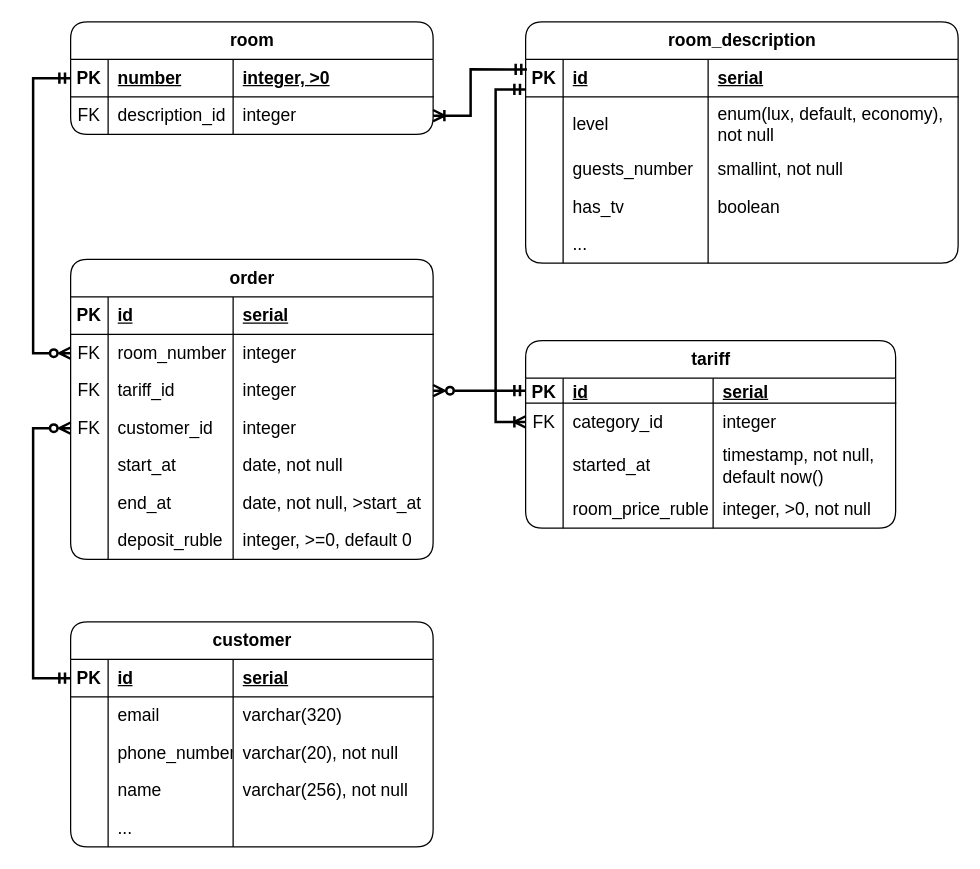
Earlier version of the draw.io diagram img/erd.drawio (dmitrygulevich2000/mipt-db). Source tidied: cells renumbered, new cells numbered last; positions are measured from the earlier drawing's top-left corner, leaving out a move shared by most shapes. Both pictures are drawn from the tidied source at 125%, with x=0, y=0 at pixel (32, 21).
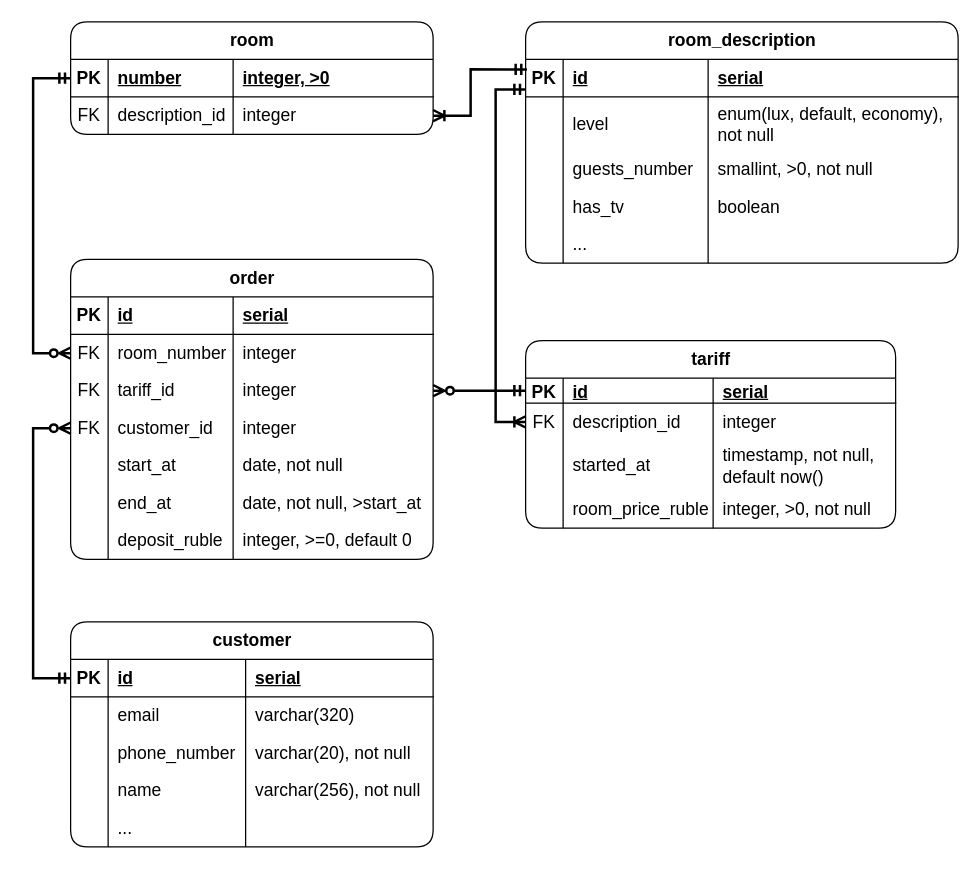
After the change.

Unchanged cells that the change refers to:
```xml
<mxCell id="20" style="shape=tableRow;horizontal=0;startSize=0;swimlaneHead=0;swimlaneBody=0;fillColor=none;top=0;left=0;right=0;bottom=0;fontSize=14;" parent="11" vertex="1">
  <mxGeometry y="103" width="346" height="30" as="geometry" />
</mxCell>
<mxCell id="66" style="shape=tableRow;horizontal=0;startSize=0;swimlaneHead=0;swimlaneBody=0;fillColor=none;points=[[0,0.5],[1,0.5]];portConstraint=eastwest;top=0;left=0;right=0;bottom=0;fontSize=14;" parent="61" vertex="1">
  <mxGeometry y="50" width="296" height="30" as="geometry" />
</mxCell>
<mxCell id="79" style="shape=tableRow;horizontal=0;startSize=0;swimlaneHead=0;swimlaneBody=0;fillColor=none;points=[[0,0.5],[1,0.5]];portConstraint=eastwest;top=0;left=0;right=0;bottom=1;fontSize=14;" parent="78" vertex="1">
  <mxGeometry y="30" width="290" height="30" as="geometry" />
</mxCell>
<mxCell id="83" style="shape=tableRow;horizontal=0;startSize=0;swimlaneHead=0;swimlaneBody=0;fillColor=none;top=0;left=0;right=0;bottom=0;fontSize=14;" parent="78" vertex="1">
  <mxGeometry y="60" width="290" height="30" as="geometry" />
</mxCell>
<mxCell id="87" style="shape=tableRow;horizontal=0;startSize=0;swimlaneHead=0;swimlaneBody=0;fillColor=none;top=0;left=0;right=0;bottom=0;fontSize=14;" parent="78" vertex="1">
  <mxGeometry y="90" width="290" height="30" as="geometry" />
</mxCell>
<mxCell id="91" style="shape=tableRow;horizontal=0;startSize=0;swimlaneHead=0;swimlaneBody=0;fillColor=none;top=0;left=0;right=0;bottom=0;fontSize=14;" parent="78" vertex="1">
  <mxGeometry y="120" width="290" height="30" as="geometry" />
</mxCell>
<mxCell id="95" style="shape=tableRow;horizontal=0;startSize=0;swimlaneHead=0;swimlaneBody=0;fillColor=none;top=0;left=0;right=0;bottom=0;fontSize=14;" parent="78" vertex="1">
  <mxGeometry y="150" width="290" height="30" as="geometry" />
</mxCell>
```

The edit, as a diff of the source:
```diff
@@
-    <mxCell id="23" value="smallint, not null" style="shape=partialRectangle;fillColor=none;top=0;left=0;bottom=0;right=0;align=left;spacingLeft=6;overflow=hidden;whiteSpace=wrap;html=1;fontSize=14;" parent="20" vertex="1">
+    <mxCell id="23" value="smallint, &amp;gt;0, not null" style="shape=partialRectangle;fillColor=none;top=0;left=0;bottom=0;right=0;align=left;spacingLeft=6;overflow=hidden;whiteSpace=wrap;html=1;fontSize=14;" parent="20" vertex="1">
       <mxGeometry x="146" width="200" height="30" as="geometry" />
     </mxCell>
@@
-    <mxCell id="68" value="category_id" style="shape=partialRectangle;fillColor=none;top=0;left=0;bottom=0;right=0;align=left;spacingLeft=6;overflow=hidden;whiteSpace=wrap;html=1;fontSize=14;" parent="66" vertex="1">
+    <mxCell id="68" value="description_id" style="shape=partialRectangle;fillColor=none;top=0;left=0;bottom=0;right=0;align=left;spacingLeft=6;overflow=hidden;whiteSpace=wrap;html=1;fontSize=14;" parent="66" vertex="1">
       <mxGeometry x="30" width="120" height="30" as="geometry" />
     </mxCell>
@@
     <mxCell id="81" value="id" style="shape=partialRectangle;fillColor=none;top=0;left=0;bottom=0;right=0;align=left;spacingLeft=6;fontStyle=5;overflow=hidden;whiteSpace=wrap;html=1;fontSize=14;" parent="79" vertex="1">
-      <mxGeometry x="30" width="100" height="30" as="geometry" />
+      <mxGeometry x="30" width="110" height="30" as="geometry" />
     </mxCell>
     <mxCell id="82" value="serial" style="shape=partialRectangle;fillColor=none;top=0;left=0;bottom=0;right=0;align=left;spacingLeft=6;fontStyle=5;overflow=hidden;whiteSpace=wrap;html=1;fontSize=14;" parent="79" vertex="1">
-      <mxGeometry x="130" width="160" height="30" as="geometry" />
+      <mxGeometry x="140" width="150" height="30" as="geometry" />
     </mxCell>
@@
     <mxCell id="85" value="email" style="shape=partialRectangle;fillColor=none;top=0;left=0;bottom=0;right=0;align=left;spacingLeft=6;overflow=hidden;whiteSpace=wrap;html=1;fontSize=14;" parent="83" vertex="1">
-      <mxGeometry x="30" width="100" height="30" as="geometry" />
+      <mxGeometry x="30" width="110" height="30" as="geometry" />
     </mxCell>
     <mxCell id="86" value="varchar(320)" style="shape=partialRectangle;fillColor=none;top=0;left=0;bottom=0;right=0;align=left;spacingLeft=6;overflow=hidden;whiteSpace=wrap;html=1;fontSize=14;" parent="83" vertex="1">
-      <mxGeometry x="130" width="160" height="30" as="geometry" />
+      <mxGeometry x="140" width="150" height="30" as="geometry" />
     </mxCell>
@@
     <mxCell id="89" value="phone_number" style="shape=partialRectangle;fillColor=none;top=0;left=0;bottom=0;right=0;align=left;spacingLeft=6;overflow=hidden;whiteSpace=wrap;html=1;fontSize=14;" parent="87" vertex="1">
-      <mxGeometry x="30" width="100" height="30" as="geometry" />
+      <mxGeometry x="30" width="110" height="30" as="geometry" />
     </mxCell>
     <mxCell id="90" value="varchar(20), not null" style="shape=partialRectangle;fillColor=none;top=0;left=0;bottom=0;right=0;align=left;spacingLeft=6;overflow=hidden;whiteSpace=wrap;html=1;fontSize=14;" parent="87" vertex="1">
-      <mxGeometry x="130" width="160" height="30" as="geometry" />
+      <mxGeometry x="140" width="150" height="30" as="geometry" />
     </mxCell>
@@
     <mxCell id="93" value="name" style="shape=partialRectangle;fillColor=none;top=0;left=0;bottom=0;right=0;align=left;spacingLeft=6;overflow=hidden;whiteSpace=wrap;html=1;fontSize=14;" parent="91" vertex="1">
-      <mxGeometry x="30" width="100" height="30" as="geometry" />
+      <mxGeometry x="30" width="110" height="30" as="geometry" />
     </mxCell>
     <mxCell id="94" value="varchar(256), not null" style="shape=partialRectangle;fillColor=none;top=0;left=0;bottom=0;right=0;align=left;spacingLeft=6;overflow=hidden;whiteSpace=wrap;html=1;fontSize=14;" parent="91" vertex="1">
-      <mxGeometry x="130" width="160" height="30" as="geometry" />
+      <mxGeometry x="140" width="150" height="30" as="geometry" />
     </mxCell>
@@
     <mxCell id="97" value="..." style="shape=partialRectangle;fillColor=none;top=0;left=0;bottom=0;right=0;align=left;spacingLeft=6;overflow=hidden;whiteSpace=wrap;html=1;fontSize=14;" parent="95" vertex="1">
-      <mxGeometry x="30" width="100" height="30" as="geometry" />
+      <mxGeometry x="30" width="110" height="30" as="geometry" />
     </mxCell>
     <mxCell id="98" style="shape=partialRectangle;fillColor=none;top=0;left=0;bottom=0;right=0;align=left;spacingLeft=6;overflow=hidden;whiteSpace=wrap;html=1;fontSize=14;" parent="95" vertex="1">
-      <mxGeometry x="130" width="160" height="30" as="geometry" />
+      <mxGeometry x="140" width="150" height="30" as="geometry" />
     </mxCell>
```
